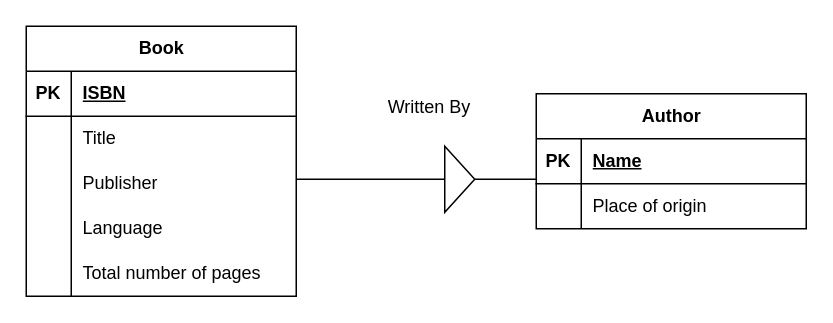
Harshitha73/DBMS keeps this draw.io diagram as page "2" (2 of 10) of Untitled Diagram.drawio. Above is the earlier version. Source tidied: cells renumbered, new cells numbered last; positions are measured from the earlier drawing's top-left corner, leaving out a move shared by most shapes. Both pictures are drawn from the tidied source at 150%, with x=0, y=0 at pixel (26, 26).
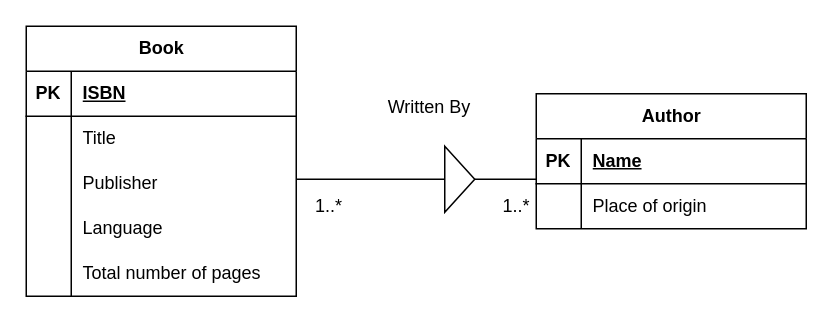
The same diagram, later.

What changed in the source:
```diff
@@
+    <mxCell id="29" value="1..*" style="text;html=1;strokeColor=none;fillColor=none;align=center;verticalAlign=middle;whiteSpace=wrap;rounded=0;" parent="1" vertex="1">
+      <mxGeometry x="172" y="105" width="60" height="30" as="geometry" />
+    </mxCell>
+    <mxCell id="30" value="1..*" style="text;whiteSpace=wrap;html=1;" parent="1" vertex="1">
+      <mxGeometry x="316" y="106" width="46" height="49" as="geometry" />
+    </mxCell>
```
